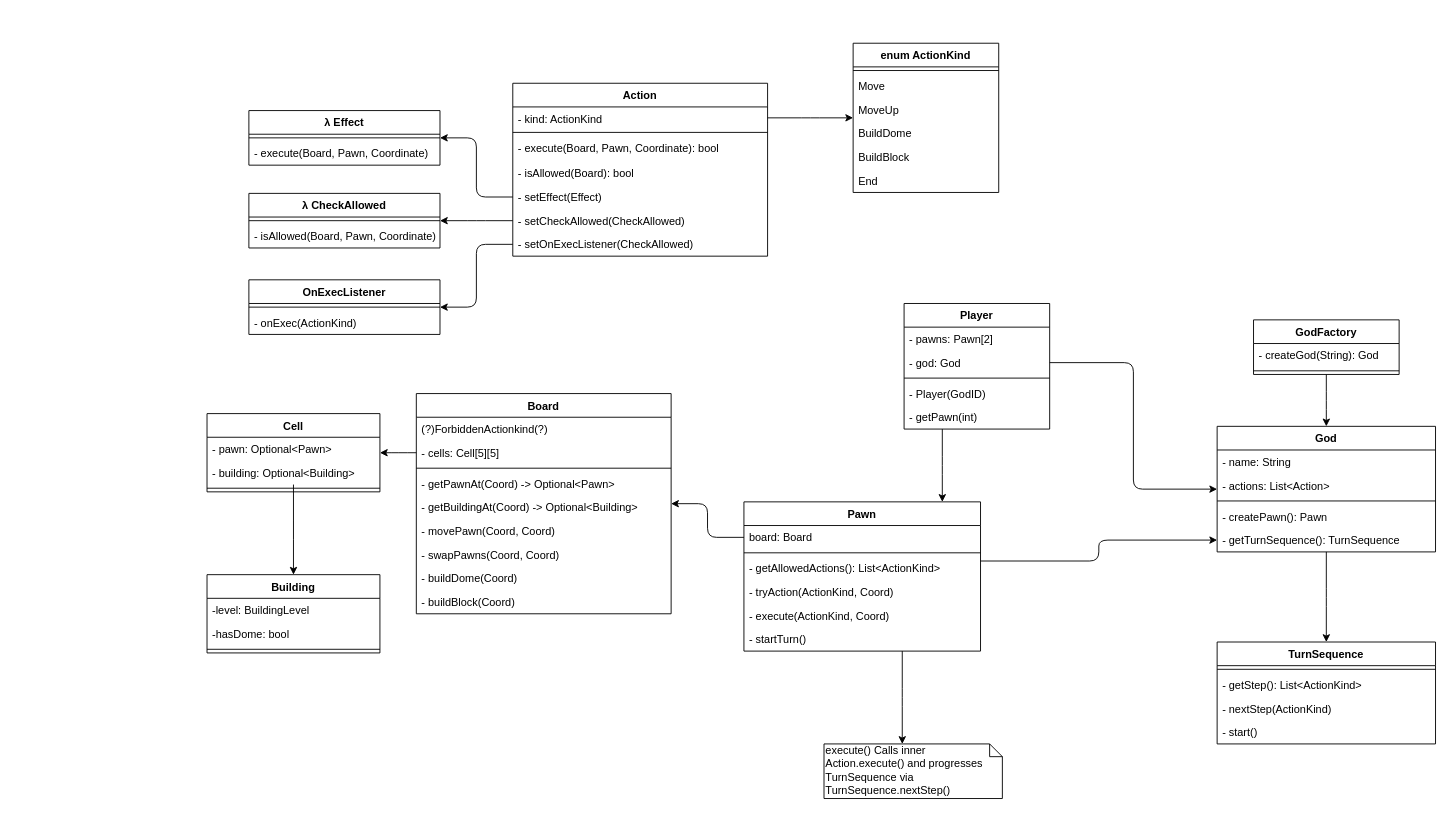
The draw.io diagram uml/model.drawio in imDema/ing-sw-2020-Centurelli-DeMartini-Deori, before the edit. Source tidied: cells renumbered, new cells numbered last; positions are measured from the earlier drawing's top-left corner, leaving out a move shared by most shapes. Both pictures are drawn from the tidied source at 91%, with x=0, y=0 at pixel (207, 43).
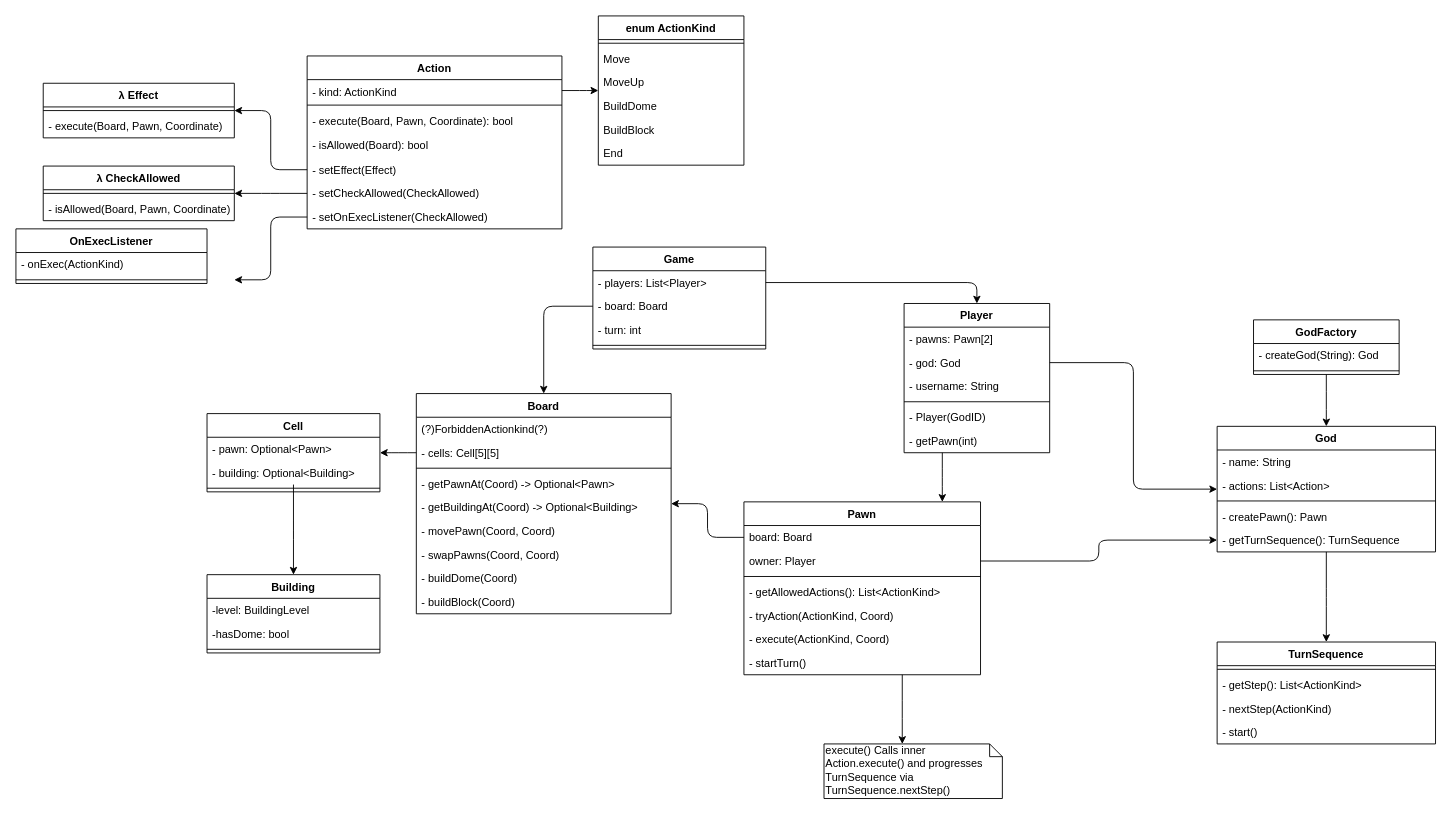
Above is the later version.

Commit message (it also covers changes not shown here):
Add Board tests and additional methods Fix minor errors

The change refers to these unchanged cells:
```xml
<mxCell id="2" value="Board" style="swimlane;fontStyle=1;align=center;verticalAlign=top;horizontal=1;startSize=26;" parent="1" vertex="1">
  <mxGeometry x="230" y="385" width="280" height="242" as="geometry" />
</mxCell>
<mxCell id="19" value="- setOnExecListener(CheckAllowed)" style="text;strokeColor=none;fillColor=none;align=left;verticalAlign=top;spacingLeft=4;spacingRight=4;overflow=hidden;points=[[0,0.5],[1,0.5]];portConstraint=eastwest;" parent="12" vertex="1">
  <mxGeometry y="164" width="280" height="26" as="geometry" />
</mxCell>
```

The edit, as a diff of the source:
```diff
@@
     <mxCell id="12" value="Action" style="swimlane;fontStyle=1;align=center;verticalAlign=top;horizontal=1;startSize=26;" parent="1" vertex="1">
-      <mxGeometry x="336" y="44" width="280" height="190" as="geometry" />
+      <mxGeometry x="110" y="14" width="280" height="190" as="geometry" />
     </mxCell>
@@
     <mxCell id="20" value="λ Effect" style="swimlane;fontStyle=1;align=center;verticalAlign=top;horizontal=1;startSize=26;" parent="1" vertex="1">
-      <mxGeometry x="46" y="74" width="210" height="60" as="geometry" />
+      <mxGeometry x="-180" y="44" width="210" height="60" as="geometry" />
     </mxCell>
@@
     <mxCell id="23" value="λ CheckAllowed" style="swimlane;fontStyle=1;align=center;verticalAlign=top;horizontal=1;startSize=26;" parent="1" vertex="1">
-      <mxGeometry x="46" y="165" width="210" height="60" as="geometry" />
+      <mxGeometry x="-180" y="135" width="210" height="60" as="geometry" />
     </mxCell>
@@
     <mxCell id="41" value="enum ActionKind" style="swimlane;fontStyle=1;align=center;verticalAlign=top;horizontal=1;startSize=26;" parent="1" vertex="1">
-      <mxGeometry x="710" width="160" height="164" as="geometry" />
+      <mxGeometry x="430" y="-30" width="160" height="164" as="geometry" />
     </mxCell>
@@
     <mxCell id="48" value="OnExecListener" style="swimlane;fontStyle=1;align=center;verticalAlign=top;horizontal=1;startSize=26;" parent="1" vertex="1">
-      <mxGeometry x="46" y="260" width="210" height="60" as="geometry" />
+      <mxGeometry x="-210" y="204" width="210" height="60" as="geometry" />
     </mxCell>
+    <mxCell id="50" value="- onExec(ActionKind)" style="text;strokeColor=none;fillColor=none;align=left;verticalAlign=top;spacingLeft=4;spacingRight=4;overflow=hidden;" parent="48" vertex="1">
+      <mxGeometry y="26" width="210" height="26" as="geometry" />
+    </mxCell>
     <mxCell id="49" style="line;strokeWidth=1;fillColor=none;align=left;verticalAlign=middle;spacingTop=-1;spacingLeft=3;spacingRight=3;labelPosition=right;" parent="48" vertex="1">
-      <mxGeometry y="26" width="210" height="8" as="geometry" />
+      <mxGeometry y="52" width="210" height="8" as="geometry" />
     </mxCell>
-    <mxCell id="50" value="- onExec(ActionKind)" style="text;strokeColor=none;fillColor=none;align=left;verticalAlign=top;spacingLeft=4;spacingRight=4;overflow=hidden;" parent="48" vertex="1">
-      <mxGeometry y="34" width="210" height="26" as="geometry" />
-    </mxCell>
@@
     <mxCell id="52" value="Player" style="swimlane;fontStyle=1;align=center;verticalAlign=top;horizontal=1;startSize=26;" parent="1" vertex="1">
-      <mxGeometry x="766" y="286" width="160" height="138" as="geometry" />
+      <mxGeometry x="766" y="286" width="160" height="164" as="geometry" />
     </mxCell>
@@
+    <mxCell id="85" value="- username: String" style="text;strokeColor=none;fillColor=none;align=left;verticalAlign=top;spacingLeft=4;spacingRight=4;overflow=hidden;" parent="52" vertex="1">
+      <mxGeometry y="78" width="160" height="26" as="geometry" />
+    </mxCell>
     <mxCell id="55" style="line;strokeWidth=1;fillColor=none;align=left;verticalAlign=middle;spacingTop=-1;spacingLeft=3;spacingRight=3;labelPosition=right;" parent="52" vertex="1">
-      <mxGeometry y="78" width="160" height="8" as="geometry" />
+      <mxGeometry y="104" width="160" height="8" as="geometry" />
     </mxCell>
     <mxCell id="56" value="- Player(GodID)" style="text;strokeColor=none;fillColor=none;align=left;verticalAlign=top;spacingLeft=4;spacingRight=4;overflow=hidden;" parent="52" vertex="1">
-      <mxGeometry y="86" width="160" height="26" as="geometry" />
+      <mxGeometry y="112" width="160" height="26" as="geometry" />
     </mxCell>
     <mxCell id="57" value="- getPawn(int)" style="text;strokeColor=none;fillColor=none;align=left;verticalAlign=top;spacingLeft=4;spacingRight=4;overflow=hidden;points=[[0,0.5],[1,0.5]];portConstraint=eastwest;" parent="52" vertex="1">
-      <mxGeometry y="112" width="160" height="26" as="geometry" />
+      <mxGeometry y="138" width="160" height="26" as="geometry" />
     </mxCell>
@@
-    <mxCell id="60" style="edgeStyle=elbowEdgeStyle;rounded=1;jettySize=auto;html=1;endArrow=classic;endFill=1;" parent="1" edge="1" source="19" target="48">
-      <mxGeometry relative="1" as="geometry" />
+    <mxCell id="60" style="edgeStyle=elbowEdgeStyle;rounded=1;jettySize=auto;html=1;endArrow=classic;endFill=1;" parent="1" edge="1" source="19">
+      <mxGeometry relative="1" as="geometry">
+        <mxPoint x="30" y="260" as="targetPoint" />
+      </mxGeometry>
     </mxCell>
@@
     <mxCell id="74" value="Pawn" style="swimlane;fontStyle=1;align=center;verticalAlign=top;horizontal=1;startSize=26;" parent="1" vertex="1">
-      <mxGeometry x="590" y="504" width="260" height="164" as="geometry" />
+      <mxGeometry x="590" y="504" width="260" height="190" as="geometry" />
     </mxCell>
@@
+    <mxCell id="86" value="owner: Player" style="text;strokeColor=none;fillColor=none;align=left;verticalAlign=top;spacingLeft=4;spacingRight=4;overflow=hidden;" parent="74" vertex="1">
+      <mxGeometry y="52" width="260" height="26" as="geometry" />
+    </mxCell>
     <mxCell id="76" style="line;strokeWidth=1;fillColor=none;align=left;verticalAlign=middle;spacingTop=-1;spacingLeft=3;spacingRight=3;labelPosition=right;" parent="74" vertex="1">
-      <mxGeometry y="52" width="260" height="8" as="geometry" />
+      <mxGeometry y="78" width="260" height="8" as="geometry" />
     </mxCell>
     <mxCell id="77" value="- getAllowedActions(): List&lt;ActionKind&gt;" style="text;strokeColor=none;fillColor=none;align=left;verticalAlign=top;spacingLeft=4;spacingRight=4;overflow=hidden;" parent="74" vertex="1">
-      <mxGeometry y="60" width="260" height="26" as="geometry" />
+      <mxGeometry y="86" width="260" height="26" as="geometry" />
     </mxCell>
     <mxCell id="78" value="- tryAction(ActionKind, Coord)" style="text;strokeColor=none;fillColor=none;align=left;verticalAlign=top;spacingLeft=4;spacingRight=4;overflow=hidden;" parent="74" vertex="1">
-      <mxGeometry y="86" width="260" height="26" as="geometry" />
+      <mxGeometry y="112" width="260" height="26" as="geometry" />
     </mxCell>
     <mxCell id="79" value="- execute(ActionKind, Coord)" style="text;strokeColor=none;fillColor=none;align=left;verticalAlign=top;spacingLeft=4;spacingRight=4;overflow=hidden;" parent="74" vertex="1">
-      <mxGeometry y="112" width="260" height="26" as="geometry" />
+      <mxGeometry y="138" width="260" height="26" as="geometry" />
     </mxCell>
     <mxCell id="80" value="- startTurn()" style="text;strokeColor=none;fillColor=none;align=left;verticalAlign=top;spacingLeft=4;spacingRight=4;overflow=hidden;" parent="74" vertex="1">
-      <mxGeometry y="138" width="260" height="26" as="geometry" />
+      <mxGeometry y="164" width="260" height="26" as="geometry" />
     </mxCell>
@@
+    <mxCell id="87" value="Game" style="swimlane;fontStyle=1;align=center;verticalAlign=top;horizontal=1;startSize=26;" parent="1" vertex="1">
+      <mxGeometry x="424" y="224" width="190" height="112" as="geometry" />
+    </mxCell>
+    <mxCell id="88" value="- players: List&lt;Player&gt;" style="text;strokeColor=none;fillColor=none;align=left;verticalAlign=top;spacingLeft=4;spacingRight=4;overflow=hidden;points=[[0,0.5],[1,0.5]];portConstraint=eastwest;" parent="87" vertex="1">
+      <mxGeometry y="26" width="190" height="26" as="geometry" />
+    </mxCell>
+    <mxCell id="89" value="- board: Board" style="text;strokeColor=none;fillColor=none;align=left;verticalAlign=top;spacingLeft=4;spacingRight=4;overflow=hidden;points=[[0,0.5],[1,0.5]];portConstraint=eastwest;" parent="87" vertex="1">
+      <mxGeometry y="52" width="190" height="26" as="geometry" />
+    </mxCell>
+    <mxCell id="90" value="- turn: int" style="text;strokeColor=none;fillColor=none;align=left;verticalAlign=top;spacingLeft=4;spacingRight=4;overflow=hidden;" parent="87" vertex="1">
+      <mxGeometry y="78" width="190" height="26" as="geometry" />
+    </mxCell>
+    <mxCell id="91" style="line;strokeWidth=1;fillColor=none;align=left;verticalAlign=middle;spacingTop=-1;spacingLeft=3;spacingRight=3;labelPosition=right;" parent="87" vertex="1">
+      <mxGeometry y="104" width="190" height="8" as="geometry" />
+    </mxCell>
+    <mxCell id="92" style="edgeStyle=orthogonalEdgeStyle;rounded=1;jettySize=auto;html=1;" parent="1" edge="1" source="88" target="52">
+      <mxGeometry relative="1" as="geometry" />
+    </mxCell>
+    <mxCell id="93" style="edgeStyle=orthogonalEdgeStyle;rounded=1;jettySize=auto;html=1;" parent="1" edge="1" source="89" target="2">
+      <mxGeometry relative="1" as="geometry" />
+    </mxCell>
```
